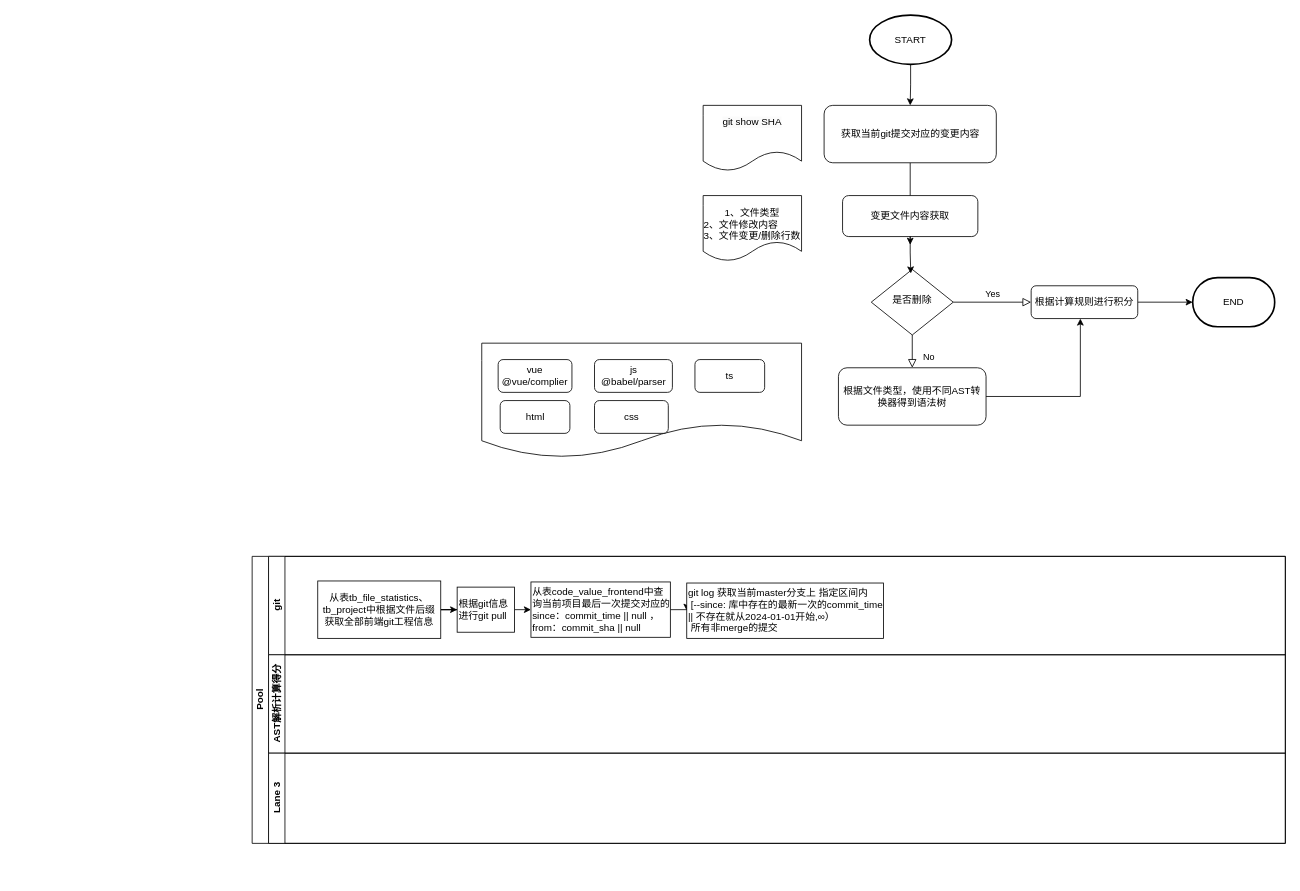
Before: 前端代码当量流程图.drawio in Dinosly/fe-interview, a draw.io diagram. Source tidied: cells renumbered, new cells numbered last; positions are measured from the earlier drawing's top-left corner, leaving out a move shared by most shapes. Both pictures are drawn from the tidied source at 82%, with x=0, y=0 at pixel (252, 15).
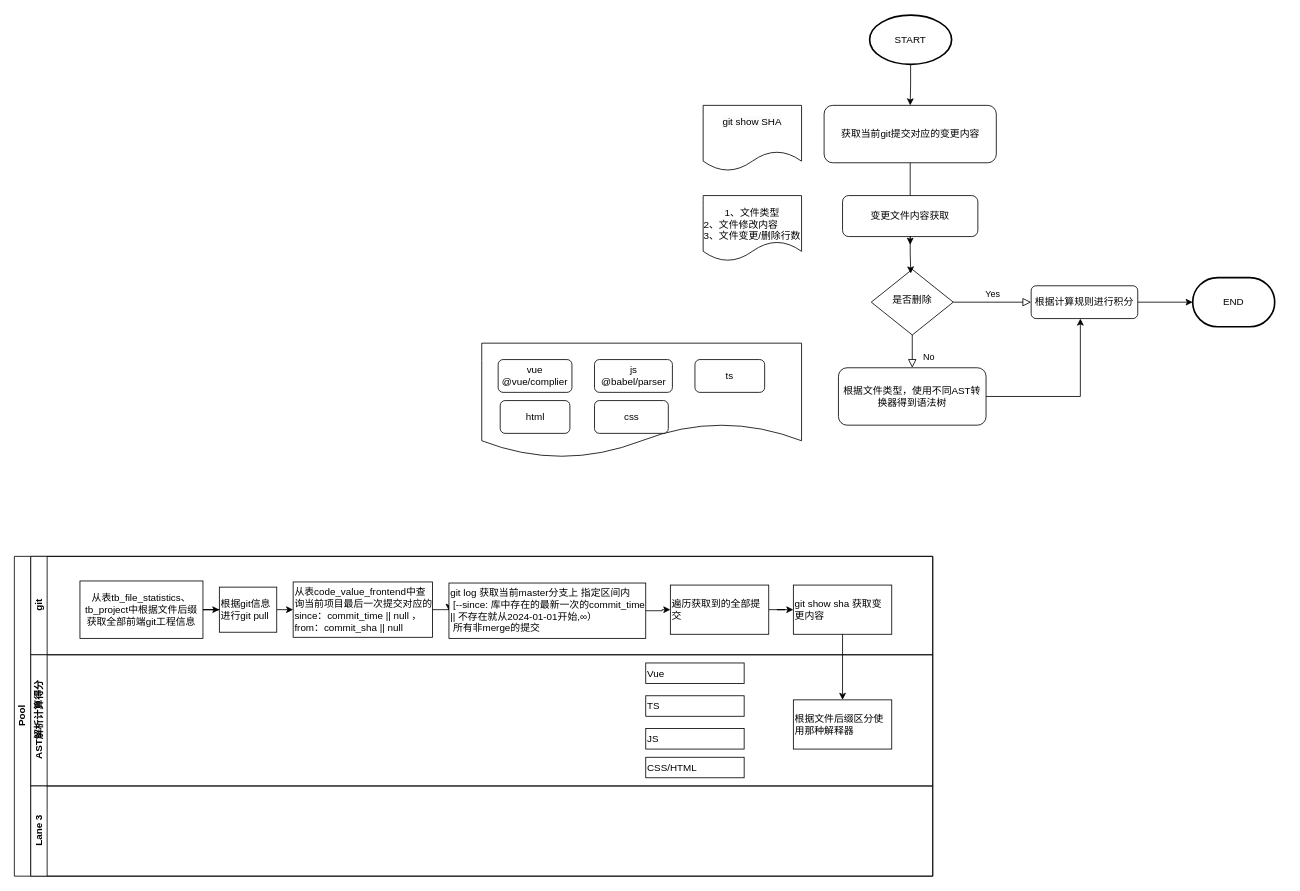
Above is the later version.

Commit message:
更新前端代码当量流程图.drawio

Unchanged cells that the change refers to:
```xml
<mxCell id="32" value="git log 获取当前master分支上 指定区间内&lt;div&gt;&amp;nbsp;[--since: 库中存在的最新一次的commit_time || 不存在就从2024-01-01开始,∞）&lt;div&gt;&amp;nbsp;所有非merge的提交&lt;/div&gt;&lt;/div&gt;" style="whiteSpace=wrap;html=1;align=left;" parent="25" vertex="1">
  <mxGeometry x="510" y="32.5" width="240" height="67.5" as="geometry" />
</mxCell>
```

The edit, as a diff of the source:
```diff
@@
     <mxCell id="24" value="Pool" style="swimlane;horizontal=0;startSize=20;html=1;" parent="1" vertex="1">
-      <mxGeometry y="660" width="1260" height="350" as="geometry" />
+      <mxGeometry x="-290" y="660" width="1120" height="390" as="geometry" />
     </mxCell>
     <mxCell id="25" value="git" style="swimlane;startSize=20;horizontal=0;html=1;" parent="24" vertex="1">
-      <mxGeometry x="20" width="1240" height="120" as="geometry" />
+      <mxGeometry x="20" width="1100" height="120" as="geometry" />
     </mxCell>
@@
+    <mxCell id="35" style="edgeStyle=orthogonalEdgeStyle;rounded=0;jettySize=auto;html=1;" parent="25" edge="1" source="32" target="37">
+      <mxGeometry relative="1" as="geometry" />
+    </mxCell>
@@
+    <mxCell id="36" style="edgeStyle=orthogonalEdgeStyle;rounded=0;jettySize=auto;html=1;" parent="25" edge="1" source="37" target="38">
+      <mxGeometry relative="1" as="geometry" />
+    </mxCell>
+    <mxCell id="37" value="遍历获取到的全部提交" style="whiteSpace=wrap;html=1;align=left;" parent="25" vertex="1">
+      <mxGeometry x="780" y="35" width="120" height="60" as="geometry" />
+    </mxCell>
+    <mxCell id="38" value="git show sha 获取变更内容" style="whiteSpace=wrap;html=1;align=left;" parent="25" vertex="1">
+      <mxGeometry x="930" y="35" width="120" height="60" as="geometry" />
+    </mxCell>
     <mxCell id="33" value="AST解析计算得分" style="swimlane;startSize=20;horizontal=0;html=1;" parent="24" vertex="1">
-      <mxGeometry x="20" y="120" width="1240" height="120" as="geometry" />
+      <mxGeometry x="20" y="120" width="1100" height="160" as="geometry" />
     </mxCell>
+    <mxCell id="39" value="根据文件后缀区分使用那种解释器" style="whiteSpace=wrap;html=1;align=left;" parent="33" vertex="1">
+      <mxGeometry x="930" y="55" width="120" height="60" as="geometry" />
+    </mxCell>
+    <mxCell id="40" value="JS" style="whiteSpace=wrap;html=1;align=left;" parent="33" vertex="1">
+      <mxGeometry x="750" y="90" width="120" height="25" as="geometry" />
+    </mxCell>
+    <mxCell id="41" value="TS" style="whiteSpace=wrap;html=1;align=left;" parent="33" vertex="1">
+      <mxGeometry x="750" y="50" width="120" height="25" as="geometry" />
+    </mxCell>
+    <mxCell id="42" value="Vue" style="whiteSpace=wrap;html=1;align=left;" parent="33" vertex="1">
+      <mxGeometry x="750" y="10" width="120" height="25" as="geometry" />
+    </mxCell>
     <mxCell id="34" value="Lane 3" style="swimlane;startSize=20;horizontal=0;html=1;" parent="24" vertex="1">
-      <mxGeometry x="20" y="240" width="1240" height="110" as="geometry" />
+      <mxGeometry x="20" y="280" width="1100" height="110" as="geometry" />
     </mxCell>
+    <mxCell id="43" style="edgeStyle=orthogonalEdgeStyle;rounded=0;jettySize=auto;html=1;" parent="24" edge="1" source="38" target="39">
+      <mxGeometry relative="1" as="geometry" />
+    </mxCell>
+    <mxCell id="44" value="CSS/HTML" style="whiteSpace=wrap;html=1;align=left;" parent="1" vertex="1">
+      <mxGeometry x="480" y="905" width="120" height="25" as="geometry" />
+    </mxCell>
```
